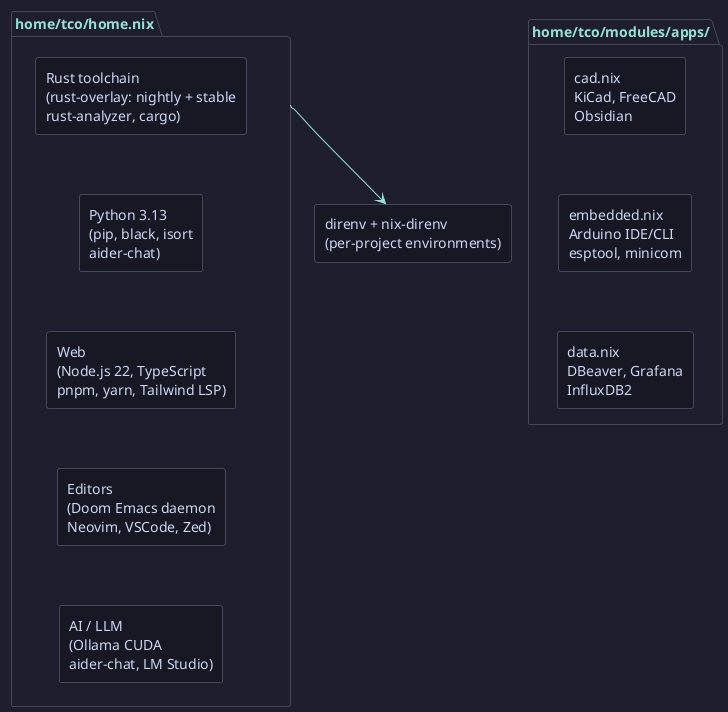
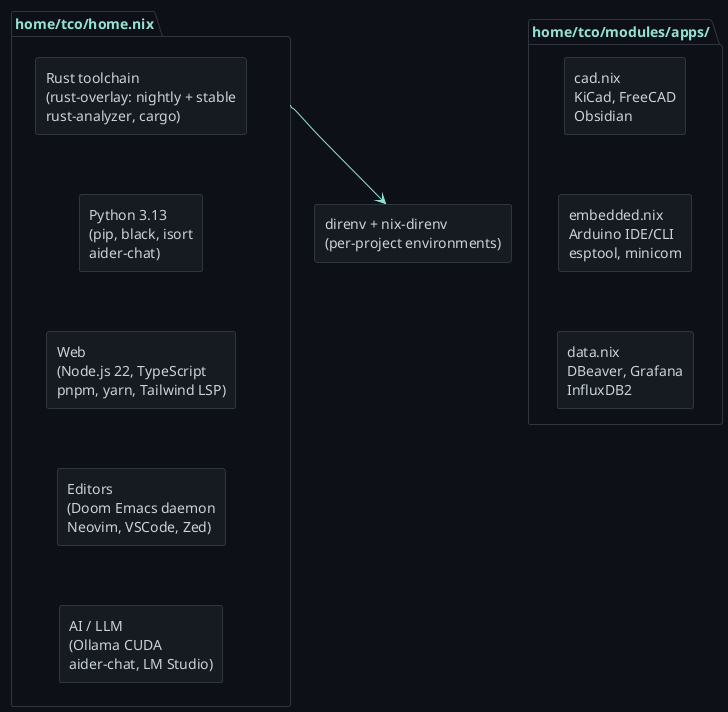
@startuml dev-tooling
!theme plain
- skinparam backgroundColor #1e1e2e
- skinparam defaultFontColor #cdd6f4
+ skinparam backgroundColor #0d1117
+ skinparam defaultFontColor #c9d1d9
skinparam arrowColor #94e2d5
- skinparam borderColor #45475a
+ skinparam borderColor #30363d
skinparam shadowing false

skinparam rectangle {
-   BackgroundColor #181825
-   BorderColor #45475a
-   FontColor #cdd6f4
+   BackgroundColor #161b22
+   BorderColor #30363d
+   FontColor #c9d1d9
}
skinparam package {
-   BackgroundColor #1e1e2e
-   BorderColor #45475a
+   BackgroundColor #0d1117
+   BorderColor #30363d
  FontColor #94e2d5
}

package "home/tco/home.nix" {
  rectangle "Rust toolchain\n(rust-overlay: nightly + stable\nrust-analyzer, cargo)" as rust
  rectangle "Python 3.13\n(pip, black, isort\naider-chat)" as python
  rectangle "Web\n(Node.js 22, TypeScript\npnpm, yarn, Tailwind LSP)" as web
  rectangle "Editors\n(Doom Emacs daemon\nNeovim, VSCode, Zed)" as editors
  rectangle "AI / LLM\n(Ollama CUDA\naider-chat, LM Studio)" as ai
}

package "home/tco/modules/apps/" {
  rectangle "cad.nix\nKiCad, FreeCAD\nObsidian" as cad
  rectangle "embedded.nix\nArduino IDE/CLI\nesptool, minicom" as emb
  rectangle "data.nix\nDBeaver, Grafana\nInfluxDB2" as data
}

rectangle "direnv + nix-direnv\n(per-project environments)" as direnv

rust -[hidden]-> python
python -[hidden]-> web
web -[hidden]-> editors
editors -[hidden]-> ai
cad -[hidden]-> emb
emb -[hidden]-> data
"home/tco/home.nix" --> direnv

@enduml
